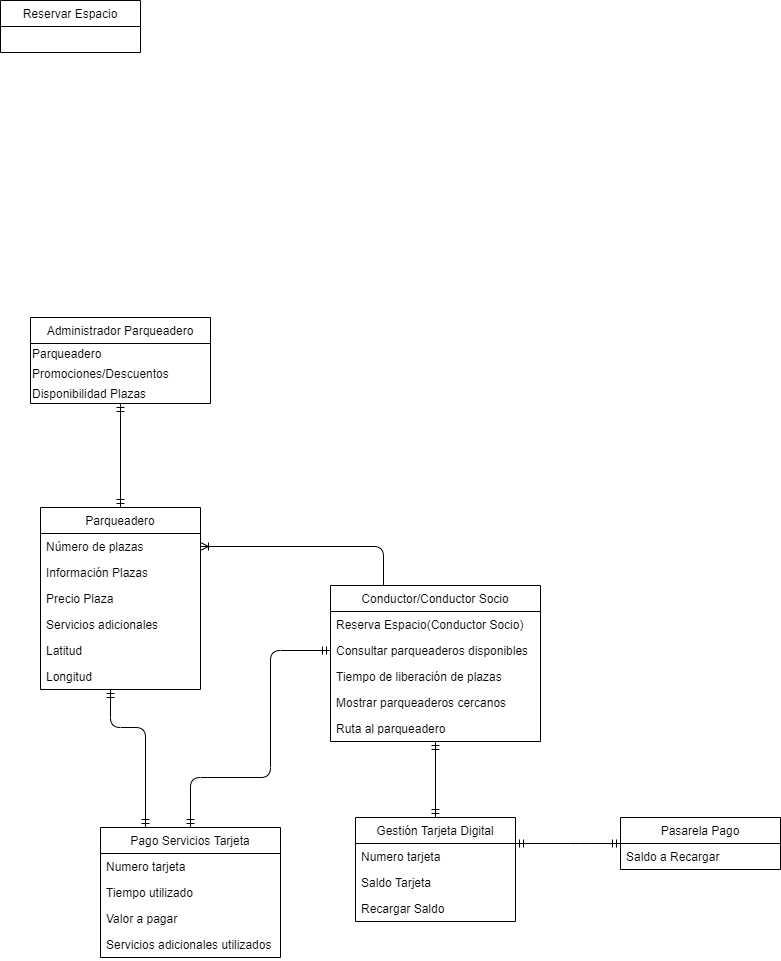
This is Diagramas/Modelo de dominio.png from xaviQuevedo/ProyectoSistemaParqueoArqApp, a draw.io export, as it was before one commit. Source tidied: cells renumbered, new cells last; positions are measured from the earlier drawing's top-left corner, leaving out a move shared by most shapes. Its diagram source:
```xml
<mxGraphModel background="#ffffff">
  <root>
    <mxCell id="0" />
    <mxCell id="1" parent="0" />
    <mxCell id="2" value="Reservar Espacio" style="swimlane;fontStyle=0;horizontal=1;startSize=26;fillColor=none;" parent="1" vertex="1">
      <mxGeometry width="140" height="52" as="geometry" />
    </mxCell>
    <mxCell id="3" value="Administrador Parqueadero" style="swimlane;fontStyle=0;horizontal=1;startSize=26;fillColor=none;" parent="1" vertex="1">
      <mxGeometry x="30" y="317" width="180" height="86" as="geometry" />
    </mxCell>
    <mxCell id="4" value="Parqueadero" style="text;html=1;align=left;verticalAlign=middle;" parent="3" vertex="1">
      <mxGeometry y="26" width="180" height="20" as="geometry" />
    </mxCell>
    <mxCell id="5" value="Promociones/Descuentos" style="text;html=1;align=left;verticalAlign=middle;" parent="3" vertex="1">
      <mxGeometry y="46" width="180" height="20" as="geometry" />
    </mxCell>
    <mxCell id="6" value="Disponibilidad Plazas" style="text;html=1;align=left;verticalAlign=middle;" parent="3" vertex="1">
      <mxGeometry y="66" width="180" height="20" as="geometry" />
    </mxCell>
    <mxCell id="7" value="Parqueadero" style="swimlane;fontStyle=0;horizontal=1;startSize=26;fillColor=none;" parent="1" vertex="1">
      <mxGeometry x="40" y="507" width="160" height="182" as="geometry" />
    </mxCell>
    <mxCell id="8" value="Número de plazas" style="text;strokeColor=none;fillColor=none;align=left;verticalAlign=top;spacingLeft=4;spacingRight=4;overflow=hidden;points=[[0,0.5],[1,0.5]];portConstraint=eastwest;" parent="7" vertex="1">
      <mxGeometry y="26" width="160" height="26" as="geometry" />
    </mxCell>
    <mxCell id="9" value="Información Plazas" style="text;strokeColor=none;fillColor=none;align=left;verticalAlign=top;spacingLeft=4;spacingRight=4;overflow=hidden;" parent="7" vertex="1">
      <mxGeometry y="52" width="160" height="26" as="geometry" />
    </mxCell>
    <mxCell id="10" value="Precio Plaza" style="text;strokeColor=none;fillColor=none;align=left;verticalAlign=top;spacingLeft=4;spacingRight=4;overflow=hidden;" parent="7" vertex="1">
      <mxGeometry y="78" width="160" height="26" as="geometry" />
    </mxCell>
    <mxCell id="11" value="Servicios adicionales" style="text;strokeColor=none;fillColor=none;align=left;verticalAlign=top;spacingLeft=4;spacingRight=4;overflow=hidden;" parent="7" vertex="1">
      <mxGeometry y="104" width="160" height="26" as="geometry" />
    </mxCell>
    <mxCell id="12" value="Latitud&#10;" style="text;strokeColor=none;fillColor=none;align=left;verticalAlign=top;spacingLeft=4;spacingRight=4;overflow=hidden;" parent="7" vertex="1">
      <mxGeometry y="130" width="160" height="26" as="geometry" />
    </mxCell>
    <mxCell id="13" value="Longitud" style="text;strokeColor=none;fillColor=none;align=left;verticalAlign=top;spacingLeft=4;spacingRight=4;overflow=hidden;" parent="7" vertex="1">
      <mxGeometry y="156" width="160" height="26" as="geometry" />
    </mxCell>
    <mxCell id="14" value="Pago Servicios Tarjeta" style="swimlane;fontStyle=0;horizontal=1;startSize=26;fillColor=none;" parent="1" vertex="1">
      <mxGeometry x="100" y="827" width="180" height="130" as="geometry" />
    </mxCell>
    <mxCell id="15" value="Numero tarjeta" style="text;strokeColor=none;fillColor=none;align=left;verticalAlign=top;spacingLeft=4;spacingRight=4;overflow=hidden;" parent="14" vertex="1">
      <mxGeometry y="26" width="180" height="26" as="geometry" />
    </mxCell>
    <mxCell id="16" value="Tiempo utilizado" style="text;strokeColor=none;fillColor=none;align=left;verticalAlign=top;spacingLeft=4;spacingRight=4;overflow=hidden;" parent="14" vertex="1">
      <mxGeometry y="52" width="180" height="26" as="geometry" />
    </mxCell>
    <mxCell id="17" value="Valor a pagar" style="text;strokeColor=none;fillColor=none;align=left;verticalAlign=top;spacingLeft=4;spacingRight=4;overflow=hidden;" parent="14" vertex="1">
      <mxGeometry y="78" width="180" height="26" as="geometry" />
    </mxCell>
    <mxCell id="18" value="Servicios adicionales utilizados" style="text;strokeColor=none;fillColor=none;align=left;verticalAlign=top;spacingLeft=4;spacingRight=4;overflow=hidden;" parent="14" vertex="1">
      <mxGeometry y="104" width="180" height="26" as="geometry" />
    </mxCell>
    <mxCell id="19" value="Gestión Tarjeta Digital" style="swimlane;fontStyle=0;horizontal=1;startSize=26;fillColor=none;" parent="1" vertex="1">
      <mxGeometry x="355" y="817" width="160" height="104" as="geometry" />
    </mxCell>
    <mxCell id="20" value="Numero tarjeta" style="text;strokeColor=none;fillColor=none;align=left;verticalAlign=top;spacingLeft=4;spacingRight=4;overflow=hidden;" parent="19" vertex="1">
      <mxGeometry y="26" width="160" height="26" as="geometry" />
    </mxCell>
    <mxCell id="21" value="Saldo Tarjeta" style="text;strokeColor=none;fillColor=none;align=left;verticalAlign=top;spacingLeft=4;spacingRight=4;overflow=hidden;" parent="19" vertex="1">
      <mxGeometry y="52" width="160" height="26" as="geometry" />
    </mxCell>
    <mxCell id="22" value="Recargar Saldo" style="text;strokeColor=none;fillColor=none;align=left;verticalAlign=top;spacingLeft=4;spacingRight=4;overflow=hidden;" parent="19" vertex="1">
      <mxGeometry y="78" width="160" height="26" as="geometry" />
    </mxCell>
    <mxCell id="23" style="edgeStyle=orthogonalEdgeStyle;fontSize=12;html=1;endArrow=ERmandOne;startArrow=ERmandOne;entryX=0.5;entryY=1;entryDx=0;entryDy=0;exitX=0.5;exitY=0;exitDx=0;exitDy=0;" parent="1" edge="1" source="7" target="3">
      <mxGeometry relative="1" as="geometry" />
    </mxCell>
    <mxCell id="24" value="Conductor/Conductor Socio" style="swimlane;fontStyle=0;horizontal=1;startSize=26;fillColor=none;" parent="1" vertex="1">
      <mxGeometry x="330" y="585" width="210" height="156" as="geometry" />
    </mxCell>
    <mxCell id="25" value="Reserva Espacio(Conductor Socio)" style="text;strokeColor=none;fillColor=none;align=left;verticalAlign=top;spacingLeft=4;spacingRight=4;overflow=hidden;" parent="24" vertex="1">
      <mxGeometry y="26" width="210" height="26" as="geometry" />
    </mxCell>
    <mxCell id="26" value="Consultar parqueaderos disponibles" style="text;strokeColor=none;fillColor=none;align=left;verticalAlign=top;spacingLeft=4;spacingRight=4;overflow=hidden;" parent="24" vertex="1">
      <mxGeometry y="52" width="210" height="26" as="geometry" />
    </mxCell>
    <mxCell id="27" value="Tiempo de liberación de plazas" style="text;strokeColor=none;fillColor=none;align=left;verticalAlign=top;spacingLeft=4;spacingRight=4;overflow=hidden;" parent="24" vertex="1">
      <mxGeometry y="78" width="210" height="26" as="geometry" />
    </mxCell>
    <mxCell id="28" value="Mostrar parqueaderos cercanos" style="text;strokeColor=none;fillColor=none;align=left;verticalAlign=top;spacingLeft=4;spacingRight=4;overflow=hidden;" parent="24" vertex="1">
      <mxGeometry y="104" width="210" height="26" as="geometry" />
    </mxCell>
    <mxCell id="29" value="Ruta al parqueadero" style="text;strokeColor=none;fillColor=none;align=left;verticalAlign=top;spacingLeft=4;spacingRight=4;overflow=hidden;" parent="24" vertex="1">
      <mxGeometry y="130" width="210" height="26" as="geometry" />
    </mxCell>
    <mxCell id="30" style="edgeStyle=orthogonalEdgeStyle;fontSize=12;html=1;endArrow=ERmandOne;startArrow=ERmandOne;entryX=0.5;entryY=0;entryDx=0;entryDy=0;" parent="1" edge="1" source="24" target="19">
      <mxGeometry relative="1" as="geometry" />
    </mxCell>
    <mxCell id="31" style="edgeStyle=orthogonalEdgeStyle;fontSize=12;html=1;endArrow=ERmandOne;startArrow=ERmandOne;entryX=0.5;entryY=0;entryDx=0;entryDy=0;" parent="1" edge="1" source="24" target="14">
      <mxGeometry relative="1" as="geometry">
        <Array as="points">
          <mxPoint x="270" y="650" />
          <mxPoint x="270" y="777" />
          <mxPoint x="190" y="777" />
        </Array>
      </mxGeometry>
    </mxCell>
    <mxCell id="32" style="edgeStyle=orthogonalEdgeStyle;fontSize=12;html=1;endArrow=ERmandOne;startArrow=ERmandOne;entryX=0.25;entryY=0;entryDx=0;entryDy=0;" parent="1" edge="1" source="7" target="14">
      <mxGeometry relative="1" as="geometry">
        <Array as="points">
          <mxPoint x="110" y="727" />
          <mxPoint x="145" y="727" />
        </Array>
      </mxGeometry>
    </mxCell>
    <mxCell id="33" style="fontSize=12;html=1;endArrow=ERoneToMany;exitX=0.25;exitY=0;exitDx=0;exitDy=0;entryX=1;entryY=0.5;entryDx=0;entryDy=0;edgeStyle=orthogonalEdgeStyle;" parent="1" edge="1" source="24" target="8">
      <mxGeometry relative="1" as="geometry" />
    </mxCell>
    <mxCell id="34" value="Pasarela Pago" style="swimlane;fontStyle=0;horizontal=1;startSize=26;fillColor=none;" parent="1" vertex="1">
      <mxGeometry x="620" y="817" width="160" height="52" as="geometry" />
    </mxCell>
    <mxCell id="35" value="Saldo a Recargar" style="text;strokeColor=none;fillColor=none;align=left;verticalAlign=top;spacingLeft=4;spacingRight=4;overflow=hidden;" parent="34" vertex="1">
      <mxGeometry y="26" width="160" height="26" as="geometry" />
    </mxCell>
    <mxCell id="36" style="edgeStyle=orthogonalEdgeStyle;fontSize=12;html=1;endArrow=ERmandOne;startArrow=ERmandOne;entryX=0;entryY=0.5;entryDx=0;entryDy=0;exitX=1;exitY=0.25;exitDx=0;exitDy=0;" parent="1" edge="1" source="19" target="34">
      <mxGeometry relative="1" as="geometry">
        <Array as="points">
          <mxPoint x="580" y="843" />
        </Array>
      </mxGeometry>
    </mxCell>
  </root>
</mxGraphModel>
```
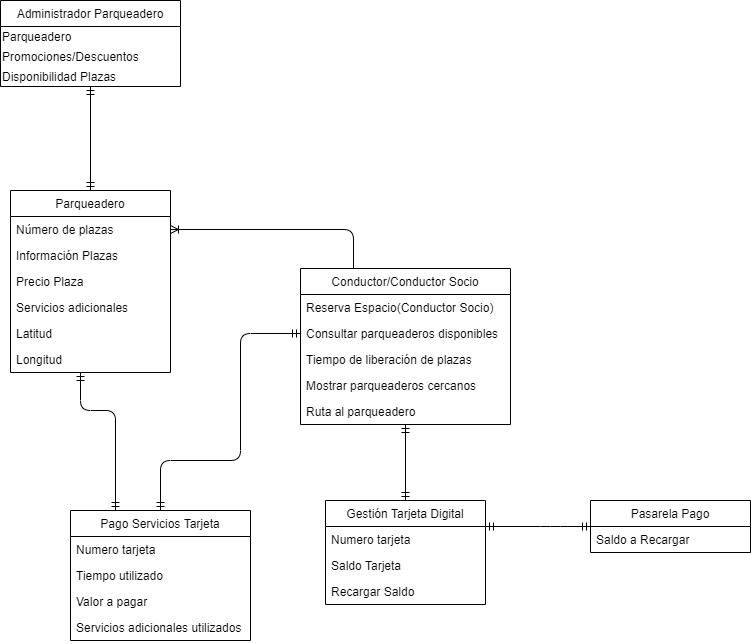
The same file after the commit.

Change to the diagram source:
```diff
@@ -2,9 +2,6 @@
   <root>
     <mxCell id="0" />
     <mxCell id="1" parent="0" />
-    <mxCell id="2" value="Reservar Espacio" style="swimlane;fontStyle=0;horizontal=1;startSize=26;fillColor=none;" parent="1" vertex="1">
-      <mxGeometry width="140" height="52" as="geometry" />
-    </mxCell>
     <mxCell id="3" value="Administrador Parqueadero" style="swimlane;fontStyle=0;horizontal=1;startSize=26;fillColor=none;" parent="1" vertex="1">
       <mxGeometry x="30" y="317" width="180" height="86" as="geometry" />
     </mxCell>
```
